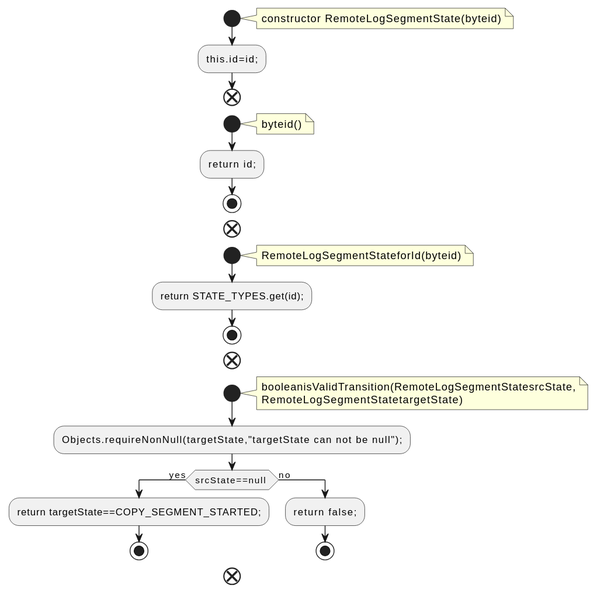
The PlantUML diagram docs/qc/storage/api/src/main/java/org/apache/kafka/server/log/remote/storage/RemoteLogSegmentState.java.fct.svg in qualitesys/kafka, before a commit.
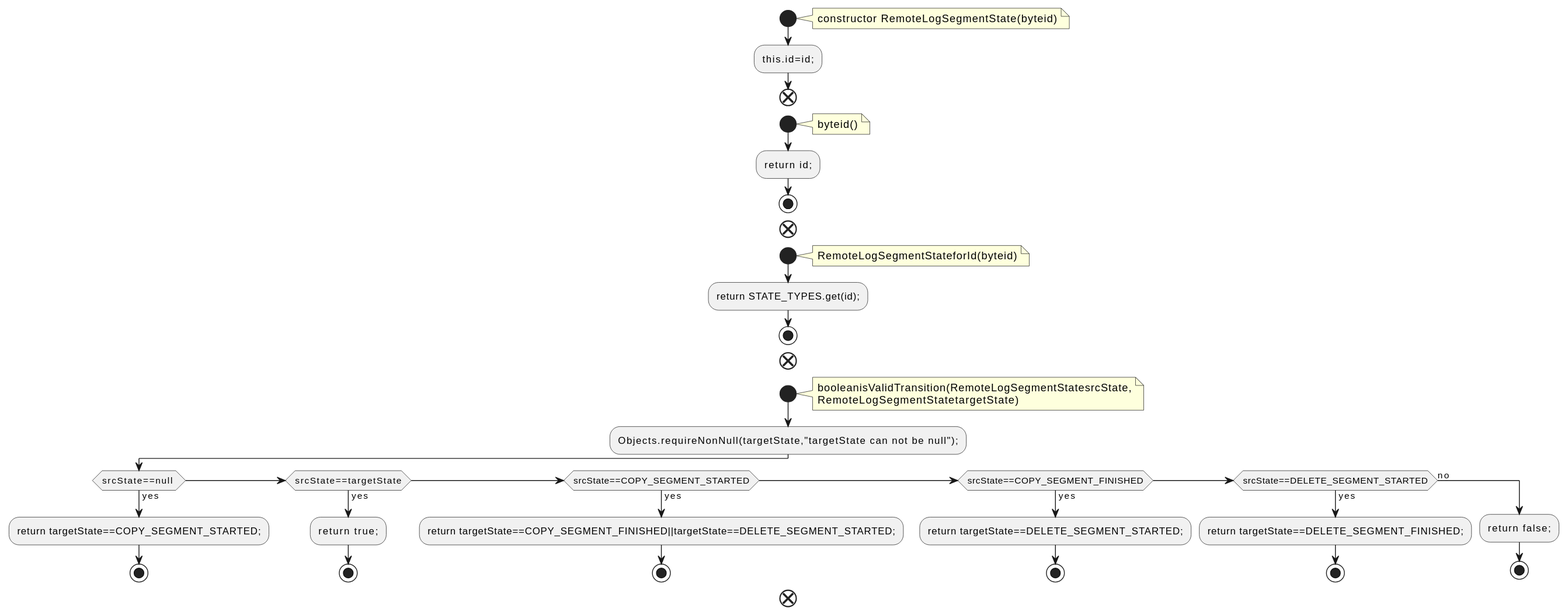
The same file after the commit.

What changed in the source:
```diff
@@ -29,6 +29,18 @@
 if (srcState==null ) then (yes)
 :return targetState==COPY_SEGMENT_STARTED;;
 stop
+else if (srcState==targetState) then (yes)
+:return true;;
+stop
+else if (srcState==COPY_SEGMENT_STARTED) then (yes)
+:return targetState==COPY_SEGMENT_FINISHED||targetState==DELETE_SEGMENT_STARTED;;
+stop
+else if (srcState==COPY_SEGMENT_FINISHED) then (yes)
+:return targetState==DELETE_SEGMENT_STARTED;;
+stop
+else if (srcState==DELETE_SEGMENT_STARTED) then (yes)
+:return targetState==DELETE_SEGMENT_FINISHED;;
+stop
 else (no)
 :return false;;
 stop
```
